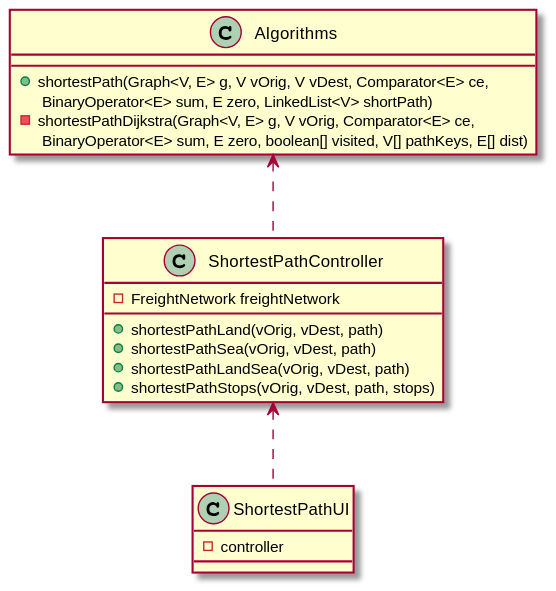
Above: docs/Sprint 4/US/US402/US402_CD.svg in 1190772/LAB-Project-3 (PlantUML), before the change.
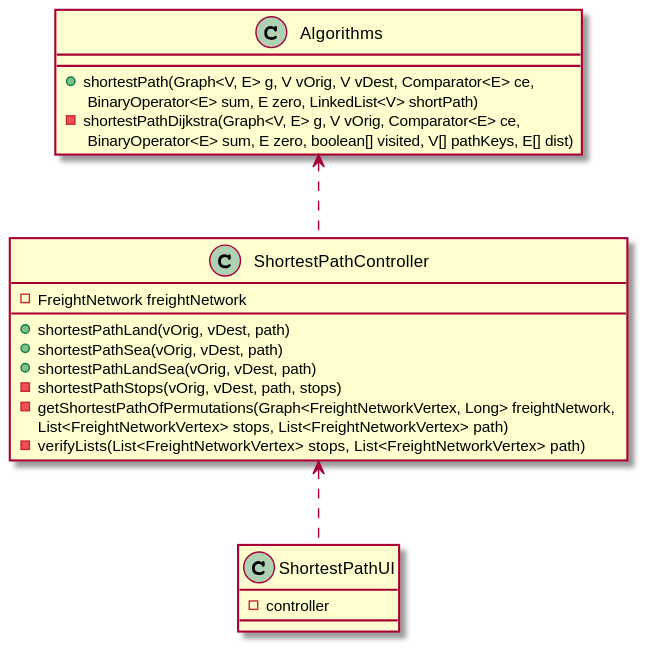
After the change.

Change to the diagram source:
```diff
@@ -9,7 +9,9 @@
 + shortestPathLand(vOrig, vDest, path)
 + shortestPathSea(vOrig, vDest, path)
 + shortestPathLandSea(vOrig, vDest, path)
-+ shortestPathStops(vOrig, vDest, path, stops)
+- shortestPathStops(vOrig, vDest, path, stops)
+- getShortestPathOfPermutations(Graph<FreightNetworkVertex, Long> freightNetwork, \nList<FreightNetworkVertex> stops, List<FreightNetworkVertex> path)
+- verifyLists(List<FreightNetworkVertex> stops, List<FreightNetworkVertex> path)
 }
 
 class Algorithms {
```
